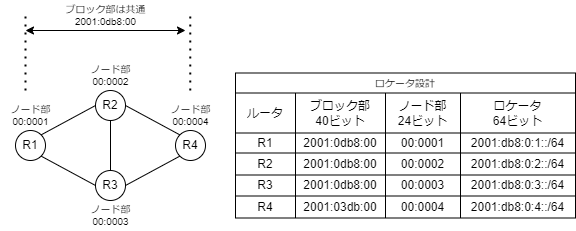
This is doc/img/fig_6.drawio.png from takamitsu-iida/srv6-guide, a draw.io export, as it was before one commit. Source tidied: cells renumbered, new cells last; positions are measured from the earlier drawing's top-left corner, leaving out a move shared by most shapes.
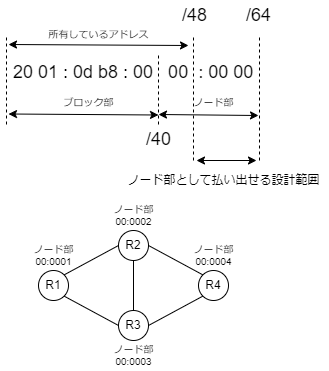
Above is the later version.

The edit, as a diff of the source:
```diff
@@ -29,104 +29,14 @@
     <mxCell id="10" style="html=1;endArrow=none;endFill=0;exitX=0;exitY=0.5;exitDx=0;exitDy=0;entryX=1;entryY=1;entryDx=0;entryDy=0;" parent="1" edge="1" source="5" target="3">
       <mxGeometry relative="1" as="geometry" />
     </mxCell>
-    <mxCell id="11" value="ロケータ設計" style="shape=table;startSize=20;fontSize=10;" parent="1" vertex="1">
-      <mxGeometry x="235" y="72.5" width="340" height="145" as="geometry" />
-    </mxCell>
-    <mxCell id="12" style="shape=partialRectangle;fillColor=none;top=0;left=0;bottom=0;right=0;" parent="11" vertex="1">
-      <mxGeometry y="20" width="340" height="40" as="geometry" />
-    </mxCell>
-    <mxCell id="13" value="ルータ" style="shape=partialRectangle;html=1;whiteSpace=wrap;overflow=hidden;fillColor=none;top=0;left=0;bottom=0;right=0;" parent="12" vertex="1">
-      <mxGeometry width="60" height="40" as="geometry" />
-    </mxCell>
-    <mxCell id="14" value="ブロック部&lt;br&gt;40ビット" style="shape=partialRectangle;html=1;whiteSpace=wrap;overflow=hidden;fillColor=none;top=0;left=0;bottom=0;right=0;" parent="12" vertex="1">
-      <mxGeometry x="60" width="90" height="40" as="geometry" />
-    </mxCell>
-    <mxCell id="15" value="ノード部&lt;br&gt;24ビット" style="shape=partialRectangle;html=1;whiteSpace=wrap;overflow=hidden;fillColor=none;top=0;left=0;bottom=0;right=0;" parent="12" vertex="1">
-      <mxGeometry x="150" width="75" height="40" as="geometry" />
-    </mxCell>
-    <mxCell id="16" value="ロケータ&lt;br&gt;64ビット" style="shape=partialRectangle;html=1;whiteSpace=wrap;overflow=hidden;fillColor=none;top=0;left=0;bottom=0;right=0;" parent="12" vertex="1">
-      <mxGeometry x="225" width="115" height="40" as="geometry" />
-    </mxCell>
-    <mxCell id="17" style="shape=partialRectangle;fillColor=none;top=0;left=0;bottom=0;right=0;" parent="11" vertex="1">
-      <mxGeometry y="60" width="340" height="20" as="geometry" />
-    </mxCell>
-    <mxCell id="18" value="R1" style="shape=partialRectangle;html=1;whiteSpace=wrap;overflow=hidden;fillColor=none;top=0;left=0;bottom=0;right=0;" parent="17" vertex="1">
-      <mxGeometry width="60" height="20" as="geometry" />
-    </mxCell>
-    <mxCell id="19" value="2001:0db8:00" style="shape=partialRectangle;html=1;whiteSpace=wrap;overflow=hidden;fillColor=none;top=0;left=0;bottom=0;right=0;" parent="17" vertex="1">
-      <mxGeometry x="60" width="90" height="20" as="geometry" />
-    </mxCell>
-    <mxCell id="20" value="00:0001" style="shape=partialRectangle;html=1;whiteSpace=wrap;overflow=hidden;fillColor=none;top=0;left=0;bottom=0;right=0;" parent="17" vertex="1">
-      <mxGeometry x="150" width="75" height="20" as="geometry" />
-    </mxCell>
-    <mxCell id="21" value="2001:db8:0:1::/64" style="shape=partialRectangle;html=1;whiteSpace=wrap;overflow=hidden;fillColor=none;top=0;left=0;bottom=0;right=0;" parent="17" vertex="1">
-      <mxGeometry x="225" width="115" height="20" as="geometry" />
-    </mxCell>
-    <mxCell id="22" style="shape=partialRectangle;fillColor=none;top=0;left=0;bottom=0;right=0;" parent="11" vertex="1">
-      <mxGeometry y="80" width="340" height="22" as="geometry" />
-    </mxCell>
-    <mxCell id="23" value="R2" style="shape=partialRectangle;html=1;whiteSpace=wrap;overflow=hidden;fillColor=none;top=0;left=0;bottom=0;right=0;" parent="22" vertex="1">
-      <mxGeometry width="60" height="22" as="geometry" />
-    </mxCell>
-    <mxCell id="24" value="2001:0db8:00" style="shape=partialRectangle;html=1;whiteSpace=wrap;overflow=hidden;fillColor=none;top=0;left=0;bottom=0;right=0;" parent="22" vertex="1">
-      <mxGeometry x="60" width="90" height="22" as="geometry" />
-    </mxCell>
-    <mxCell id="25" value="00:0002" style="shape=partialRectangle;html=1;whiteSpace=wrap;overflow=hidden;fillColor=none;top=0;left=0;bottom=0;right=0;" parent="22" vertex="1">
-      <mxGeometry x="150" width="75" height="22" as="geometry" />
-    </mxCell>
-    <mxCell id="26" value="2001:db8:0:2::/64" style="shape=partialRectangle;html=1;whiteSpace=wrap;overflow=hidden;fillColor=none;top=0;left=0;bottom=0;right=0;" parent="22" vertex="1">
-      <mxGeometry x="225" width="115" height="22" as="geometry" />
-    </mxCell>
-    <mxCell id="27" style="shape=partialRectangle;fillColor=none;top=0;left=0;bottom=0;right=0;" parent="11" vertex="1">
-      <mxGeometry y="102" width="340" height="21" as="geometry" />
-    </mxCell>
-    <mxCell id="28" value="R3" style="shape=partialRectangle;html=1;whiteSpace=wrap;overflow=hidden;fillColor=none;top=0;left=0;bottom=0;right=0;" parent="27" vertex="1">
-      <mxGeometry width="60" height="21" as="geometry" />
-    </mxCell>
-    <mxCell id="29" value="2001:0db8:00" style="shape=partialRectangle;html=1;whiteSpace=wrap;overflow=hidden;fillColor=none;top=0;left=0;bottom=0;right=0;" parent="27" vertex="1">
-      <mxGeometry x="60" width="90" height="21" as="geometry" />
-    </mxCell>
-    <mxCell id="30" value="00:0003" style="shape=partialRectangle;html=1;whiteSpace=wrap;overflow=hidden;fillColor=none;top=0;left=0;bottom=0;right=0;" parent="27" vertex="1">
-      <mxGeometry x="150" width="75" height="21" as="geometry" />
-    </mxCell>
-    <mxCell id="31" value="2001:db8:0:3::/64" style="shape=partialRectangle;html=1;whiteSpace=wrap;overflow=hidden;fillColor=none;top=0;left=0;bottom=0;right=0;" parent="27" vertex="1">
-      <mxGeometry x="225" width="115" height="21" as="geometry" />
-    </mxCell>
-    <mxCell id="32" style="shape=partialRectangle;fillColor=none;top=0;left=0;bottom=0;right=0;" parent="11" vertex="1">
-      <mxGeometry y="123" width="340" height="22" as="geometry" />
-    </mxCell>
-    <mxCell id="33" value="R4" style="shape=partialRectangle;html=1;whiteSpace=wrap;overflow=hidden;fillColor=none;top=0;left=0;bottom=0;right=0;" parent="32" vertex="1">
-      <mxGeometry width="60" height="22" as="geometry" />
-    </mxCell>
-    <mxCell id="34" value="2001:03db:00" style="shape=partialRectangle;html=1;whiteSpace=wrap;overflow=hidden;fillColor=none;top=0;left=0;bottom=0;right=0;" parent="32" vertex="1">
-      <mxGeometry x="60" width="90" height="22" as="geometry" />
-    </mxCell>
-    <mxCell id="35" value="00:0004" style="shape=partialRectangle;html=1;whiteSpace=wrap;overflow=hidden;fillColor=none;top=0;left=0;bottom=0;right=0;" parent="32" vertex="1">
-      <mxGeometry x="150" width="75" height="22" as="geometry" />
-    </mxCell>
-    <mxCell id="36" value="2001:db8:0:4::/64" style="shape=partialRectangle;html=1;whiteSpace=wrap;overflow=hidden;fillColor=none;top=0;left=0;bottom=0;right=0;" parent="32" vertex="1">
-      <mxGeometry x="225" width="115" height="22" as="geometry" />
-    </mxCell>
-    <mxCell id="37" style="endArrow=none;dashed=1;html=1;dashPattern=1 3;strokeWidth=2;fontSize=10;" parent="1" edge="1">
-      <mxGeometry relative="1" as="geometry">
-        <mxPoint x="25" y="90" as="sourcePoint" />
-        <mxPoint x="25" y="10" as="targetPoint" />
-      </mxGeometry>
-    </mxCell>
-    <mxCell id="38" style="endArrow=none;dashed=1;html=1;dashPattern=1 3;strokeWidth=2;fontSize=10;" parent="1" edge="1">
-      <mxGeometry relative="1" as="geometry">
-        <mxPoint x="189.8" y="90" as="sourcePoint" />
-        <mxPoint x="189.8" y="10" as="targetPoint" />
-      </mxGeometry>
-    </mxCell>
     <mxCell id="39" style="endArrow=classic;startArrow=classic;html=1;fontSize=10;" parent="1" edge="1">
       <mxGeometry relative="1" as="geometry">
-        <mxPoint x="25" y="30" as="sourcePoint" />
-        <mxPoint x="185" y="30" as="targetPoint" />
+        <mxPoint x="-15" y="-26.5" as="sourcePoint" />
+        <mxPoint x="135" y="-25.5" as="targetPoint" />
       </mxGeometry>
     </mxCell>
-    <mxCell id="40" value="ブロック部は共通&lt;br&gt;2001:0db8:00" style="text;html=1;align=center;verticalAlign=middle;strokeColor=none;fillColor=none;fontSize=10;" parent="1" vertex="1">
-      <mxGeometry x="55" width="100" height="30" as="geometry" />
+    <mxCell id="40" value="ブロック部" style="text;html=1;align=center;verticalAlign=middle;strokeColor=none;fillColor=none;fontSize=10;" parent="1" vertex="1">
+      <mxGeometry x="30" y="-48.5" width="70" height="20" as="geometry" />
     </mxCell>
     <mxCell id="41" value="ノード部&lt;br&gt;00:0001" style="text;html=1;align=center;verticalAlign=middle;strokeColor=none;fillColor=none;fontSize=10;" parent="1" vertex="1">
       <mxGeometry y="100" width="60" height="30" as="geometry" />
@@ -140,5 +50,68 @@
     <mxCell id="44" value="ノード部&lt;br&gt;00:0004" style="text;html=1;align=center;verticalAlign=middle;strokeColor=none;fillColor=none;fontSize=10;" parent="1" vertex="1">
       <mxGeometry x="160" y="100" width="60" height="30" as="geometry" />
     </mxCell>
+    <mxCell id="45" value="20 01 : 0d b8 : 00&amp;nbsp; &amp;nbsp;00&amp;nbsp; : 00 00" style="text;html=1;align=left;verticalAlign=middle;strokeColor=none;fillColor=none;fontSize=18;" parent="1" vertex="1">
+      <mxGeometry x="-12" y="-83.5" width="260" height="30" as="geometry" />
+    </mxCell>
+    <mxCell id="46" style="endArrow=none;dashed=1;html=1;fontSize=18;" parent="1" edge="1">
+      <mxGeometry relative="1" as="geometry">
+        <mxPoint x="135" y="-16" as="sourcePoint" />
+        <mxPoint x="135" y="-86" as="targetPoint" />
+      </mxGeometry>
+    </mxCell>
+    <mxCell id="47" style="endArrow=none;dashed=1;html=1;fontSize=18;" parent="1" edge="1">
+      <mxGeometry relative="1" as="geometry">
+        <mxPoint x="-17" y="-16" as="sourcePoint" />
+        <mxPoint x="-17" y="-103.5" as="targetPoint" />
+      </mxGeometry>
+    </mxCell>
+    <mxCell id="48" style="endArrow=none;dashed=1;html=1;fontSize=18;" parent="1" edge="1">
+      <mxGeometry relative="1" as="geometry">
+        <mxPoint x="170" y="20" as="sourcePoint" />
+        <mxPoint x="170" y="-105" as="targetPoint" />
+      </mxGeometry>
+    </mxCell>
+    <mxCell id="49" value="/40" style="text;html=1;align=center;verticalAlign=middle;strokeColor=none;fillColor=none;fontSize=18;" parent="1" vertex="1">
+      <mxGeometry x="115" y="-16" width="40" height="30" as="geometry" />
+    </mxCell>
+    <mxCell id="50" value="/48" style="text;html=1;align=center;verticalAlign=middle;strokeColor=none;fillColor=none;fontSize=18;" parent="1" vertex="1">
+      <mxGeometry x="151" y="-140" width="40" height="30" as="geometry" />
+    </mxCell>
+    <mxCell id="51" style="endArrow=none;dashed=1;html=1;fontSize=18;" parent="1" edge="1">
+      <mxGeometry relative="1" as="geometry">
+        <mxPoint x="236" y="20" as="sourcePoint" />
+        <mxPoint x="236" y="-106" as="targetPoint" />
+      </mxGeometry>
+    </mxCell>
+    <mxCell id="52" value="/64" style="text;html=1;align=center;verticalAlign=middle;strokeColor=none;fillColor=none;fontSize=18;" parent="1" vertex="1">
+      <mxGeometry x="215" y="-140" width="40" height="30" as="geometry" />
+    </mxCell>
+    <mxCell id="53" value="所有しているアドレス" style="text;html=1;align=center;verticalAlign=middle;strokeColor=none;fillColor=none;fontSize=10;" parent="1" vertex="1">
+      <mxGeometry x="15" y="-116" width="120" height="20" as="geometry" />
+    </mxCell>
+    <mxCell id="54" style="endArrow=classic;startArrow=classic;html=1;fontSize=10;" parent="1" edge="1">
+      <mxGeometry relative="1" as="geometry">
+        <mxPoint x="-15" y="-96" as="sourcePoint" />
+        <mxPoint x="165" y="-95" as="targetPoint" />
+      </mxGeometry>
+    </mxCell>
+    <mxCell id="55" value="ノード部" style="text;html=1;align=center;verticalAlign=middle;strokeColor=none;fillColor=none;fontSize=10;" parent="1" vertex="1">
+      <mxGeometry x="160" y="-48.5" width="60" height="20" as="geometry" />
+    </mxCell>
+    <mxCell id="56" style="endArrow=classic;startArrow=classic;html=1;fontSize=10;" parent="1" edge="1">
+      <mxGeometry relative="1" as="geometry">
+        <mxPoint x="135" y="-26" as="sourcePoint" />
+        <mxPoint x="235" y="-25" as="targetPoint" />
+      </mxGeometry>
+    </mxCell>
+    <mxCell id="57" style="endArrow=classic;startArrow=classic;html=1;fontSize=10;" parent="1" edge="1">
+      <mxGeometry relative="1" as="geometry">
+        <mxPoint x="173" y="20" as="sourcePoint" />
+        <mxPoint x="233" y="20" as="targetPoint" />
+      </mxGeometry>
+    </mxCell>
+    <mxCell id="58" value="ノード部として払い出せる設計範囲" style="text;html=1;align=center;verticalAlign=middle;strokeColor=none;fillColor=none;fontSize=12;" parent="1" vertex="1">
+      <mxGeometry x="95" y="30" width="210" height="20" as="geometry" />
+    </mxCell>
   </root>
 </mxGraphModel>
```
